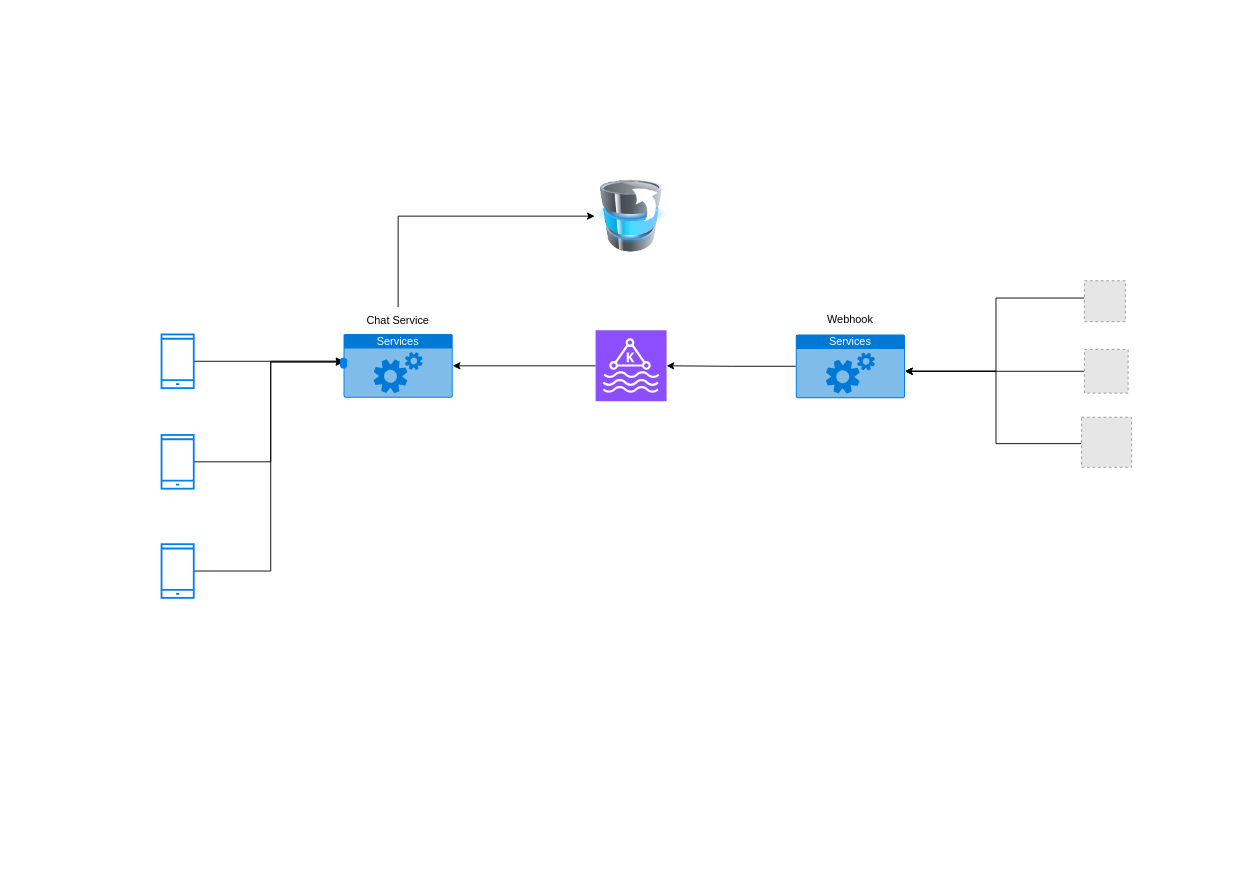
Before: chat system.drawio in uroeMalam/draw.io, a draw.io diagram. Source tidied: cells renumbered, new cells numbered last; positions are measured from the earlier drawing's top-left corner, leaving out a move shared by most shapes. Both pictures are drawn from the tidied source at 91%, with x=0, y=0 at pixel (161, 179). Pictures stored in the file or linked from it are replaced by grey dashed boxes.
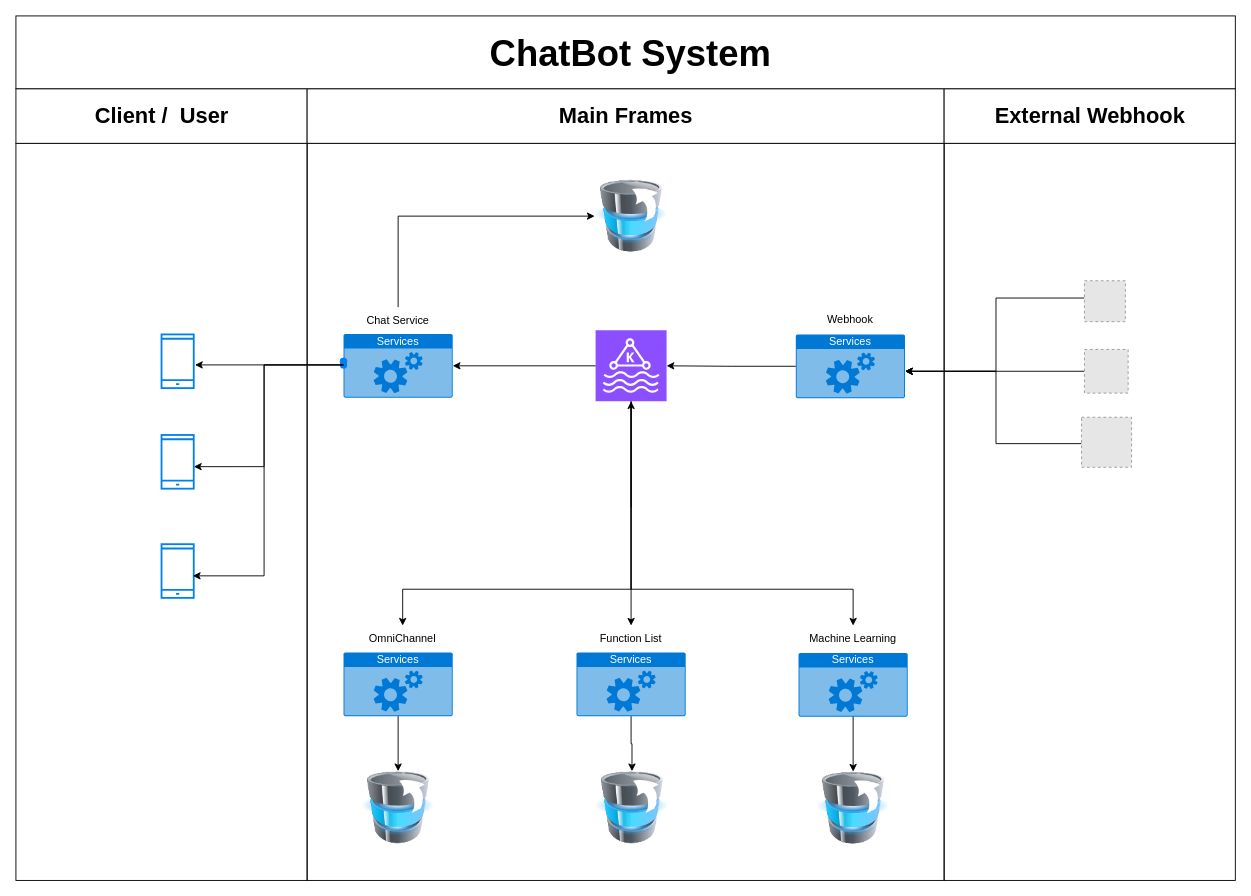
Above is the later version.

The change refers to these unchanged cells:
```xml
<mxCell id="2" style="sketch=0;points=[[0,0,0],[0.25,0,0],[0.5,0,0],[0.75,0,0],[1,0,0],[0,1,0],[0.25,1,0],[0.5,1,0],[0.75,1,0],[1,1,0],[0,0.25,0],[0,0.5,0],[0,0.75,0],[1,0.25,0],[1,0.5,0],[1,0.75,0]];outlineConnect=0;fontColor=#232F3E;fillColor=#8C4FFF;strokeColor=#ffffff;dashed=0;verticalLabelPosition=bottom;verticalAlign=top;align=center;html=1;fontSize=12;fontStyle=0;shape=mxgraph.aws4.resourceIcon;resIcon=mxgraph.aws4.managed_streaming_for_kafka;" parent="1" vertex="1">
  <mxGeometry x="477" y="165.5" width="78" height="78" as="geometry" />
</mxCell>
<mxCell id="4" style="html=1;verticalLabelPosition=bottom;align=center;labelBackgroundColor=#ffffff;verticalAlign=top;strokeWidth=2;strokeColor=#0080F0;shadow=0;dashed=0;shape=mxgraph.ios7.icons.smartphone;" parent="1" vertex="1">
  <mxGeometry y="170" width="35.4" height="59" as="geometry" />
</mxCell>
<mxCell id="6" style="shape=waypoint;sketch=0;size=6;points=[];fillColor=default;perimeter=centerPerimeter;snapToPoint=1;verticalAlign=top;strokeColor=#0080F0;labelBackgroundColor=#ffffff;strokeWidth=2;shadow=0;dashed=0;" parent="1" vertex="1">
  <mxGeometry x="190" y="189.5" width="20" height="20" as="geometry" />
</mxCell>
<mxCell id="8" style="html=1;verticalLabelPosition=bottom;align=center;labelBackgroundColor=#ffffff;verticalAlign=top;strokeWidth=2;strokeColor=#0080F0;shadow=0;dashed=0;shape=mxgraph.ios7.icons.smartphone;" parent="1" vertex="1">
  <mxGeometry y="280.5" width="35.4" height="59" as="geometry" />
</mxCell>
<mxCell id="10" style="html=1;verticalLabelPosition=bottom;align=center;labelBackgroundColor=#ffffff;verticalAlign=top;strokeWidth=2;strokeColor=#0080F0;shadow=0;dashed=0;shape=mxgraph.ios7.icons.smartphone;" parent="1" vertex="1">
  <mxGeometry y="400.5" width="35.4" height="59" as="geometry" />
</mxCell>
<mxCell id="11" style="shape=waypoint;sketch=0;size=6;points=[];fillColor=default;perimeter=centerPerimeter;snapToPoint=1;verticalAlign=top;strokeColor=#0080F0;labelBackgroundColor=#ffffff;strokeWidth=2;shadow=0;dashed=0;" parent="1" vertex="1">
  <mxGeometry x="190" y="189.5" width="20" height="20" as="geometry" />
</mxCell>
<mxCell id="12" style="shape=waypoint;sketch=0;size=6;points=[];fillColor=default;perimeter=centerPerimeter;snapToPoint=1;verticalAlign=top;strokeColor=#0080F0;labelBackgroundColor=#ffffff;strokeWidth=2;shadow=0;dashed=0;" parent="1" vertex="1">
  <mxGeometry x="190" y="193.5" width="20" height="20" as="geometry" />
</mxCell>
```

The edit, as a diff of the source:
```diff
@@
-    <mxCell id="3" style="edgeStyle=orthogonalEdgeStyle;rounded=0;jettySize=auto;html=1;" parent="1" edge="1" source="4" target="6">
-      <mxGeometry relative="1" as="geometry" />
-    </mxCell>
@@
-    <mxCell id="7" style="edgeStyle=orthogonalEdgeStyle;rounded=0;jettySize=auto;html=1;" parent="1" edge="1" source="8" target="11">
-      <mxGeometry relative="1" as="geometry">
-        <Array as="points">
-          <mxPoint x="120" y="310.5" />
-          <mxPoint x="120" y="199.5" />
-        </Array>
-      </mxGeometry>
-    </mxCell>
@@
-    <mxCell id="9" style="edgeStyle=orthogonalEdgeStyle;rounded=0;jettySize=auto;html=1;" parent="1" edge="1" source="10">
-      <mxGeometry relative="1" as="geometry">
-        <mxPoint x="200" y="200.5" as="targetPoint" />
-        <Array as="points">
-          <mxPoint x="120" y="430.5" />
-          <mxPoint x="120" y="200.5" />
-        </Array>
-      </mxGeometry>
-    </mxCell>
@@
+    <mxCell id="26" value="Services" style="html=1;whiteSpace=wrap;strokeColor=none;fillColor=#0079D6;labelPosition=center;verticalLabelPosition=middle;verticalAlign=top;align=center;fontSize=12;outlineConnect=0;spacingTop=-6;fontColor=#FFFFFF;sketch=0;shape=mxgraph.sitemap.services;" parent="1" vertex="1">
+      <mxGeometry x="200" y="519.5" width="120" height="70" as="geometry" />
+    </mxCell>
+    <mxCell id="27" value="OmniChannel" style="text;html=1;strokeColor=none;fillColor=none;align=center;verticalAlign=middle;whiteSpace=wrap;rounded=0;" parent="1" vertex="1">
+      <mxGeometry x="220" y="490" width="90" height="30" as="geometry" />
+    </mxCell>
+    <mxCell id="28" style="edgeStyle=orthogonalEdgeStyle;rounded=0;jettySize=auto;html=1;exitX=0.5;exitY=1;exitDx=0;exitDy=0;exitPerimeter=0;entryX=0.5;entryY=0;entryDx=0;entryDy=0;" parent="1" edge="1" source="2" target="27">
+      <mxGeometry relative="1" as="geometry">
+        <Array as="points">
+          <mxPoint x="516" y="450" />
+          <mxPoint x="265" y="450" />
+        </Array>
+      </mxGeometry>
+    </mxCell>
+    <mxCell id="29" value="Services" style="html=1;whiteSpace=wrap;strokeColor=none;fillColor=#0079D6;labelPosition=center;verticalLabelPosition=middle;verticalAlign=top;align=center;fontSize=12;outlineConnect=0;spacingTop=-6;fontColor=#FFFFFF;sketch=0;shape=mxgraph.sitemap.services;" parent="1" vertex="1">
+      <mxGeometry x="700" y="520" width="120" height="70" as="geometry" />
+    </mxCell>
+    <mxCell id="30" value="Machine Learning" style="text;html=1;strokeColor=none;fillColor=none;align=center;verticalAlign=middle;whiteSpace=wrap;rounded=0;" parent="1" vertex="1">
+      <mxGeometry x="705" y="490" width="110" height="30" as="geometry" />
+    </mxCell>
+    <mxCell id="31" style="edgeStyle=orthogonalEdgeStyle;rounded=0;jettySize=auto;html=1;entryX=0.5;entryY=0;entryDx=0;entryDy=0;exitX=0.5;exitY=1;exitDx=0;exitDy=0;exitPerimeter=0;" parent="1" edge="1" source="2" target="30">
+      <mxGeometry relative="1" as="geometry">
+        <Array as="points">
+          <mxPoint x="516" y="450" />
+          <mxPoint x="760" y="450" />
+        </Array>
+      </mxGeometry>
+    </mxCell>
+    <mxCell id="32" value="Services" style="html=1;whiteSpace=wrap;strokeColor=none;fillColor=#0079D6;labelPosition=center;verticalLabelPosition=middle;verticalAlign=top;align=center;fontSize=12;outlineConnect=0;spacingTop=-6;fontColor=#FFFFFF;sketch=0;shape=mxgraph.sitemap.services;" parent="1" vertex="1">
+      <mxGeometry x="456" y="519.5" width="120" height="70" as="geometry" />
+    </mxCell>
+    <mxCell id="33" value="Function List" style="text;html=1;strokeColor=none;fillColor=none;align=center;verticalAlign=middle;whiteSpace=wrap;rounded=0;" parent="1" vertex="1">
+      <mxGeometry x="461" y="490" width="110" height="30" as="geometry" />
+    </mxCell>
+    <mxCell id="34" style="edgeStyle=orthogonalEdgeStyle;rounded=0;jettySize=auto;html=1;entryX=0.5;entryY=0;entryDx=0;entryDy=0;" parent="1" edge="1" target="33">
+      <mxGeometry relative="1" as="geometry">
+        <mxPoint x="516" y="250" as="sourcePoint" />
+        <Array as="points">
+          <mxPoint x="516" y="490" />
+          <mxPoint x="516" y="490" />
+        </Array>
+      </mxGeometry>
+    </mxCell>
+    <mxCell id="35" style="edgeStyle=orthogonalEdgeStyle;rounded=0;jettySize=auto;html=1;entryX=1.039;entryY=0.568;entryDx=0;entryDy=0;entryPerimeter=0;" parent="1" edge="1" source="12" target="4">
+      <mxGeometry relative="1" as="geometry" />
+    </mxCell>
+    <mxCell id="36" style="edgeStyle=orthogonalEdgeStyle;rounded=0;jettySize=auto;html=1;entryX=1.005;entryY=0.59;entryDx=0;entryDy=0;entryPerimeter=0;" parent="1" edge="1" source="12" target="8">
+      <mxGeometry relative="1" as="geometry" />
+    </mxCell>
+    <mxCell id="37" style="edgeStyle=orthogonalEdgeStyle;rounded=0;jettySize=auto;html=1;entryX=0.972;entryY=0.59;entryDx=0;entryDy=0;entryPerimeter=0;exitX=0.574;exitY=0.796;exitDx=0;exitDy=0;exitPerimeter=0;" parent="1" edge="1" source="12" target="10">
+      <mxGeometry relative="1" as="geometry" />
+    </mxCell>
+    <mxCell id="38" style="endArrow=classic;html=1;rounded=0;" parent="1" edge="1" target="2">
+      <mxGeometry relative="1" as="geometry">
+        <mxPoint x="516" y="360" as="sourcePoint" />
+      </mxGeometry>
+    </mxCell>
+    <mxCell id="39" style="image;html=1;image=img/lib/clip_art/computers/Database_Move_Stack_128x128.png;" parent="1" vertex="1">
+      <mxGeometry x="220" y="650" width="80" height="80" as="geometry" />
+    </mxCell>
+    <mxCell id="40" style="image;html=1;image=img/lib/clip_art/computers/Database_Move_Stack_128x128.png;" parent="1" vertex="1">
+      <mxGeometry x="720" y="650.5" width="80" height="80" as="geometry" />
+    </mxCell>
+    <mxCell id="41" style="image;html=1;image=img/lib/clip_art/computers/Database_Move_Stack_128x128.png;" parent="1" vertex="1">
+      <mxGeometry x="477" y="650" width="80" height="80" as="geometry" />
+    </mxCell>
+    <mxCell id="42" style="edgeStyle=orthogonalEdgeStyle;rounded=0;jettySize=auto;html=1;exitX=0.5;exitY=1;exitDx=0;exitDy=0;exitPerimeter=0;entryX=0.5;entryY=0;entryDx=0;entryDy=0;" parent="1" edge="1" source="26" target="39">
+      <mxGeometry relative="1" as="geometry" />
+    </mxCell>
+    <mxCell id="43" style="edgeStyle=orthogonalEdgeStyle;rounded=0;jettySize=auto;html=1;exitX=0.5;exitY=1;exitDx=0;exitDy=0;exitPerimeter=0;entryX=0.5;entryY=0;entryDx=0;entryDy=0;" parent="1" edge="1" source="32" target="41">
+      <mxGeometry relative="1" as="geometry" />
+    </mxCell>
+    <mxCell id="44" style="edgeStyle=orthogonalEdgeStyle;rounded=0;jettySize=auto;html=1;exitX=0.5;exitY=1;exitDx=0;exitDy=0;exitPerimeter=0;entryX=0.5;entryY=0;entryDx=0;entryDy=0;" parent="1" edge="1" source="29" target="40">
+      <mxGeometry relative="1" as="geometry" />
+    </mxCell>
+    <mxCell id="45" style="rounded=0;whiteSpace=wrap;html=1;fillColor=none;" parent="1" vertex="1">
+      <mxGeometry x="160" y="-40" width="700" height="810" as="geometry" />
+    </mxCell>
+    <mxCell id="46" style="rounded=0;whiteSpace=wrap;html=1;fillColor=none;" parent="1" vertex="1">
+      <mxGeometry x="860" y="-40" width="320" height="810" as="geometry" />
+    </mxCell>
+    <mxCell id="47" style="rounded=0;whiteSpace=wrap;html=1;fillColor=none;" parent="1" vertex="1">
+      <mxGeometry x="-160" y="-40" width="320" height="810" as="geometry" />
+    </mxCell>
+    <mxCell id="48" style="rounded=0;whiteSpace=wrap;html=1;" parent="1" vertex="1">
+      <mxGeometry x="-160" y="-100" width="320" height="60" as="geometry" />
+    </mxCell>
+    <mxCell id="49" style="rounded=0;whiteSpace=wrap;html=1;" parent="1" vertex="1">
+      <mxGeometry x="160" y="-100" width="700" height="60" as="geometry" />
+    </mxCell>
+    <mxCell id="50" style="rounded=0;whiteSpace=wrap;html=1;" parent="1" vertex="1">
+      <mxGeometry x="860" y="-100" width="320" height="60" as="geometry" />
+    </mxCell>
+    <mxCell id="51" value="Client /&amp;nbsp; User" style="text;strokeColor=none;fillColor=none;html=1;fontSize=24;fontStyle=1;verticalAlign=middle;align=center;" parent="1" vertex="1">
+      <mxGeometry x="-90" y="-90" width="180" height="40" as="geometry" />
+    </mxCell>
+    <mxCell id="52" value="Main Frames" style="text;strokeColor=none;fillColor=none;html=1;fontSize=24;fontStyle=1;verticalAlign=middle;align=center;" parent="1" vertex="1">
+      <mxGeometry x="415" y="-90" width="190" height="40" as="geometry" />
+    </mxCell>
+    <mxCell id="53" value="External Webhook" style="text;strokeColor=none;fillColor=none;html=1;fontSize=24;fontStyle=1;verticalAlign=middle;align=center;" parent="1" vertex="1">
+      <mxGeometry x="925" y="-90" width="190" height="40" as="geometry" />
+    </mxCell>
+    <mxCell id="54" style="rounded=0;whiteSpace=wrap;html=1;" parent="1" vertex="1">
+      <mxGeometry x="-160" y="-180" width="1340" height="80" as="geometry" />
+    </mxCell>
+    <mxCell id="55" value="&lt;font style=&quot;font-size: 40px;&quot;&gt;ChatBot System&lt;/font&gt;" style="text;strokeColor=none;fillColor=none;html=1;fontSize=24;fontStyle=1;verticalAlign=middle;align=center;" parent="1" vertex="1">
+      <mxGeometry x="325" y="-165" width="380" height="50" as="geometry" />
+    </mxCell>
```
